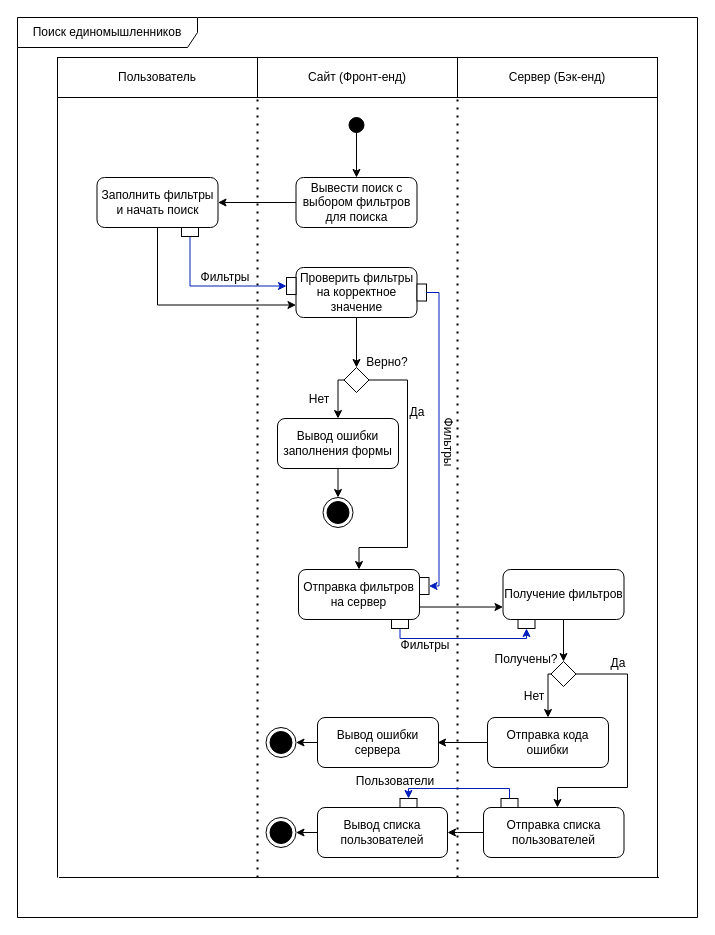
This is docs/raw_diagrams/поиск_единомышленников++.drawio from AS2/habrolink, a draw.io file, before an edit. Source tidied: cells renumbered, new cells numbered last; positions are measured from the earlier drawing's top-left corner, leaving out a move shared by most shapes. Both pictures are drawn from the tidied source at 100%, with x=0, y=0 at pixel (17, 17).
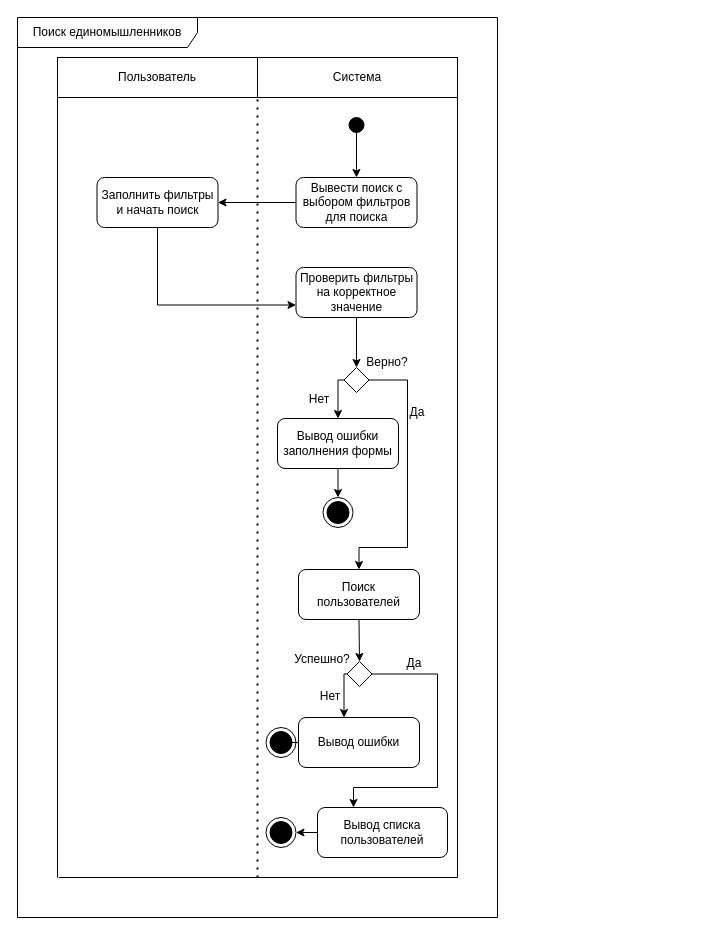
After the change.

Unchanged cells that the change refers to:
```xml
<mxCell id="15" style="rhombus;whiteSpace=wrap;html=1;" parent="1" vertex="1">
  <mxGeometry x="326.5" y="350" width="25" height="25" as="geometry" />
</mxCell>
<mxCell id="40" style="ellipse;html=1;shape=endState;fillColor=strokeColor;" parent="1" vertex="1">
  <mxGeometry x="248.5" y="710" width="30" height="30" as="geometry" />
</mxCell>
<mxCell id="43" value="Вывод списка пользователей" style="text;html=1;strokeColor=default;fillColor=none;align=center;verticalAlign=middle;whiteSpace=wrap;rounded=1;" parent="1" vertex="1">
  <mxGeometry x="300" y="790" width="130" height="50" as="geometry" />
</mxCell>
```

Diff of the diagram source:
```diff
@@
-    <mxCell id="4" value="Сайт (Фронт-енд)" style="text;html=1;strokeColor=default;fillColor=none;align=center;verticalAlign=middle;whiteSpace=wrap;rounded=0;" parent="1" vertex="1">
+    <mxCell id="4" value="Система" style="text;html=1;strokeColor=default;fillColor=none;align=center;verticalAlign=middle;whiteSpace=wrap;rounded=0;" parent="1" vertex="1">
       <mxGeometry x="240" y="40" width="200" height="40" as="geometry" />
     </mxCell>
-    <mxCell id="5" value="Сервер (Бэк-енд)" style="text;html=1;strokeColor=default;fillColor=none;align=center;verticalAlign=middle;whiteSpace=wrap;rounded=0;" parent="1" vertex="1">
-      <mxGeometry x="440" y="40" width="200" height="40" as="geometry" />
-    </mxCell>
@@
-    <mxCell id="13" style="edgeStyle=orthogonalEdgeStyle;rounded=0;jettySize=auto;html=1;exitX=1;exitY=0.5;exitDx=0;exitDy=0;entryX=0.5;entryY=0;entryDx=0;entryDy=0;" parent="1" edge="1" source="15" target="23">
+    <mxCell id="13" style="edgeStyle=orthogonalEdgeStyle;rounded=0;jettySize=auto;html=1;exitX=1;exitY=0.5;exitDx=0;exitDy=0;entryX=0.5;entryY=0;entryDx=0;entryDy=0;" parent="1" edge="1" source="15">
       <mxGeometry relative="1" as="geometry">
+        <mxPoint x="341.5" y="552" as="targetPoint" />
         <Array as="points">
           <mxPoint x="390" y="363" />
           <mxPoint x="390" y="530" />
           <mxPoint x="342" y="530" />
         </Array>
       </mxGeometry>
     </mxCell>
@@
-    <mxCell id="21" style="endArrow=none;dashed=1;html=1;dashPattern=1 3;strokeWidth=2;rounded=0;entryX=0;entryY=1;entryDx=0;entryDy=0;" parent="1" edge="1">
-      <mxGeometry relative="1" as="geometry">
-        <mxPoint x="440" y="860" as="sourcePoint" />
-        <mxPoint x="440" y="80" as="targetPoint" />
-      </mxGeometry>
-    </mxCell>
@@
-    <mxCell id="23" value="Отправка фильтров на сервер" style="text;html=1;strokeColor=default;fillColor=none;align=center;verticalAlign=middle;whiteSpace=wrap;rounded=1;" parent="1" vertex="1">
-      <mxGeometry x="281" y="552" width="121" height="50" as="geometry" />
-    </mxCell>
-    <mxCell id="24" style="endArrow=classic;html=1;rounded=0;exitX=1;exitY=0.75;exitDx=0;exitDy=0;entryX=0;entryY=0.75;entryDx=0;entryDy=0;" parent="1" edge="1" source="23" target="25">
-      <mxGeometry relative="1" as="geometry" />
-    </mxCell>
-    <mxCell id="25" value="Получение фильтров" style="text;html=1;strokeColor=default;fillColor=none;align=center;verticalAlign=middle;whiteSpace=wrap;rounded=1;" parent="1" vertex="1">
-      <mxGeometry x="485.5" y="552" width="121" height="50" as="geometry" />
+    <mxCell id="25" value="Поиск пользователей" style="text;html=1;strokeColor=default;fillColor=none;align=center;verticalAlign=middle;whiteSpace=wrap;rounded=1;" parent="1" vertex="1">
+      <mxGeometry x="281" y="552" width="121" height="50" as="geometry" />
     </mxCell>
@@
     <mxCell id="27" style="edgeStyle=orthogonalEdgeStyle;rounded=0;jettySize=auto;html=1;exitX=1;exitY=0.5;exitDx=0;exitDy=0;entryX=0.5;entryY=0;entryDx=0;entryDy=0;" parent="1" edge="1" source="29">
       <mxGeometry relative="1" as="geometry">
-        <mxPoint x="540" y="790" as="targetPoint" />
+        <mxPoint x="336" y="790" as="targetPoint" />
         <Array as="points">
-          <mxPoint x="610" y="657" />
-          <mxPoint x="610" y="770" />
-          <mxPoint x="540" y="770" />
+          <mxPoint x="420" y="657" />
+          <mxPoint x="420" y="770" />
+          <mxPoint x="336" y="770" />
         </Array>
       </mxGeometry>
     </mxCell>
-    <mxCell id="28" style="edgeStyle=orthogonalEdgeStyle;rounded=0;jettySize=auto;html=1;exitX=0;exitY=0.5;exitDx=0;exitDy=0;entryX=0.5;entryY=0;entryDx=0;entryDy=0;" parent="1" edge="1" source="29" target="34">
+    <mxCell id="28" style="edgeStyle=orthogonalEdgeStyle;rounded=0;jettySize=auto;html=1;exitX=0;exitY=0.5;exitDx=0;exitDy=0;entryX=0.5;entryY=0;entryDx=0;entryDy=0;" parent="1" edge="1" source="29">
       <mxGeometry relative="1" as="geometry">
+        <mxPoint x="326.5" y="700" as="targetPoint" />
         <Array as="points">
-          <mxPoint x="530" y="657" />
+          <mxPoint x="326" y="657" />
         </Array>
       </mxGeometry>
     </mxCell>
     <mxCell id="29" style="rhombus;whiteSpace=wrap;html=1;" parent="1" vertex="1">
-      <mxGeometry x="533.5" y="644" width="25" height="25" as="geometry" />
+      <mxGeometry x="329.5" y="644" width="25" height="25" as="geometry" />
     </mxCell>
-    <mxCell id="30" value="Получены?" style="text;html=1;strokeColor=none;fillColor=none;align=center;verticalAlign=middle;whiteSpace=wrap;rounded=0;" parent="1" vertex="1">
-      <mxGeometry x="479" y="629" width="60" height="25" as="geometry" />
+    <mxCell id="30" value="Успешно?" style="text;html=1;strokeColor=none;fillColor=none;align=center;verticalAlign=middle;whiteSpace=wrap;rounded=0;" parent="1" vertex="1">
+      <mxGeometry x="275" y="629" width="60" height="25" as="geometry" />
     </mxCell>
@@
     <mxCell id="33" value="Нет" style="text;html=1;strokeColor=none;fillColor=none;align=center;verticalAlign=middle;whiteSpace=wrap;rounded=0;" parent="1" vertex="1">
-      <mxGeometry x="487" y="664" width="60" height="30" as="geometry" />
+      <mxGeometry x="283" y="664" width="60" height="30" as="geometry" />
     </mxCell>
-    <mxCell id="34" value="Отправка кода ошибки" style="text;html=1;strokeColor=default;fillColor=none;align=center;verticalAlign=middle;whiteSpace=wrap;rounded=1;" parent="1" vertex="1">
-      <mxGeometry x="470" y="700" width="121" height="50" as="geometry" />
-    </mxCell>
     <mxCell id="35" style="endArrow=none;html=1;rounded=0;entryX=0;entryY=1;entryDx=0;entryDy=0;" parent="1" edge="1">
       <mxGeometry relative="1" as="geometry">
-        <mxPoint x="640" y="860" as="sourcePoint" />
-        <mxPoint x="640" y="80" as="targetPoint" />
+        <mxPoint x="440" y="860" as="sourcePoint" />
+        <mxPoint x="440" y="80" as="targetPoint" />
       </mxGeometry>
     </mxCell>
     <mxCell id="36" value="Да" style="text;html=1;strokeColor=none;fillColor=none;align=center;verticalAlign=middle;whiteSpace=wrap;rounded=0;" parent="1" vertex="1">
-      <mxGeometry x="571" y="631" width="60" height="30" as="geometry" />
+      <mxGeometry x="367" y="631" width="60" height="30" as="geometry" />
     </mxCell>
-    <mxCell id="37" style="endArrow=classic;html=1;rounded=0;exitX=0;exitY=0.5;exitDx=0;exitDy=0;" parent="1" edge="1" source="34">
-      <mxGeometry relative="1" as="geometry">
-        <mxPoint x="420" y="725" as="targetPoint" />
-      </mxGeometry>
-    </mxCell>
-    <mxCell id="38" style="edgeStyle=orthogonalEdgeStyle;rounded=0;jettySize=auto;html=1;exitX=0;exitY=0.5;exitDx=0;exitDy=0;entryX=1;entryY=0.5;entryDx=0;entryDy=0;" parent="1" edge="1" source="39" target="40">
-      <mxGeometry relative="1" as="geometry" />
+    <mxCell id="38" style="edgeStyle=orthogonalEdgeStyle;rounded=0;jettySize=auto;html=1;exitX=0;exitY=0.5;exitDx=0;exitDy=0;entryX=1;entryY=0.5;entryDx=0;entryDy=0;" parent="1" edge="1" source="39">
+      <mxGeometry relative="1" as="geometry">
+        <mxPoint x="259.5" y="725" as="targetPoint" />
+      </mxGeometry>
     </mxCell>
-    <mxCell id="39" value="Вывод ошибки сервера" style="text;html=1;strokeColor=default;fillColor=none;align=center;verticalAlign=middle;whiteSpace=wrap;rounded=1;" parent="1" vertex="1">
-      <mxGeometry x="300" y="700" width="121" height="50" as="geometry" />
+    <mxCell id="39" value="Вывод ошибки" style="text;html=1;strokeColor=default;fillColor=none;align=center;verticalAlign=middle;whiteSpace=wrap;rounded=1;" parent="1" vertex="1">
+      <mxGeometry x="281" y="700" width="121" height="50" as="geometry" />
     </mxCell>
@@
-    <mxCell id="41" style="edgeStyle=orthogonalEdgeStyle;rounded=0;jettySize=auto;html=1;exitX=0;exitY=0.5;exitDx=0;exitDy=0;entryX=1;entryY=0.5;entryDx=0;entryDy=0;" parent="1" edge="1" source="42" target="43">
-      <mxGeometry relative="1" as="geometry">
-        <Array as="points">
-          <mxPoint x="440" y="815" />
-          <mxPoint x="440" y="815" />
-        </Array>
-      </mxGeometry>
-    </mxCell>
-    <mxCell id="42" value="Отправка списка пользователей" style="text;html=1;strokeColor=default;fillColor=none;align=center;verticalAlign=middle;whiteSpace=wrap;rounded=1;" parent="1" vertex="1">
-      <mxGeometry x="466" y="790" width="140.5" height="50" as="geometry" />
-    </mxCell>
@@
     <mxCell id="44" style="endArrow=none;html=1;rounded=0;" parent="1" edge="1">
       <mxGeometry relative="1" as="geometry">
         <mxPoint x="41.5" y="860" as="sourcePoint" />
-        <mxPoint x="641.5" y="860" as="targetPoint" />
+        <mxPoint x="440" y="860" as="targetPoint" />
       </mxGeometry>
     </mxCell>
@@
     <mxCell id="47" value="Поиск единомышленников" style="shape=umlFrame;whiteSpace=wrap;html=1;width=180;height=30;" parent="1" vertex="1">
-      <mxGeometry width="680" height="900" as="geometry" />
+      <mxGeometry width="480" height="900" as="geometry" />
     </mxCell>
-    <mxCell id="48" style="endArrow=classic;html=1;rounded=0;exitX=0.5;exitY=1;exitDx=0;exitDy=0;entryX=0;entryY=0.5;entryDx=0;entryDy=0;fillColor=#0050ef;strokeColor=#001DBC;edgeStyle=orthogonalEdgeStyle;" parent="1" edge="1" source="56" target="49">
-      <mxGeometry relative="1" as="geometry" />
-    </mxCell>
-    <mxCell id="49" style="rounded=0;whiteSpace=wrap;html=1;rotation=0;" parent="1" vertex="1">
-      <mxGeometry x="269" y="260" width="9.5" height="17" as="geometry" />
-    </mxCell>
-    <mxCell id="50" value="Фильтры" style="text;html=1;strokeColor=none;fillColor=none;align=center;verticalAlign=middle;whiteSpace=wrap;rounded=0;" parent="1" vertex="1">
-      <mxGeometry x="178" y="245" width="60" height="30" as="geometry" />
-    </mxCell>
-    <mxCell id="51" style="rounded=0;whiteSpace=wrap;html=1;rotation=0;" parent="1" vertex="1">
-      <mxGeometry x="399.5" y="266.5" width="9.5" height="17" as="geometry" />
-    </mxCell>
-    <mxCell id="52" style="rounded=0;whiteSpace=wrap;html=1;rotation=0;" parent="1" vertex="1">
-      <mxGeometry x="402" y="560" width="9.5" height="17" as="geometry" />
-    </mxCell>
-    <mxCell id="53" style="endArrow=classic;html=1;rounded=0;exitX=1;exitY=0.5;exitDx=0;exitDy=0;entryX=1;entryY=0.5;entryDx=0;entryDy=0;fillColor=#0050ef;strokeColor=#001DBC;edgeStyle=orthogonalEdgeStyle;" parent="1" edge="1" source="51" target="52">
-      <mxGeometry relative="1" as="geometry" />
-    </mxCell>
-    <mxCell id="54" value="Фильтры" style="text;html=1;strokeColor=none;fillColor=none;align=center;verticalAlign=middle;whiteSpace=wrap;rounded=0;rotation=90;" parent="1" vertex="1">
-      <mxGeometry x="407" y="412" width="47" height="26" as="geometry" />
-    </mxCell>
-    <mxCell id="55" style="rounded=0;whiteSpace=wrap;html=1;rotation=0;" parent="1" vertex="1">
-      <mxGeometry x="374" y="602" width="17" height="9" as="geometry" />
-    </mxCell>
-    <mxCell id="56" style="rounded=0;whiteSpace=wrap;html=1;rotation=0;" parent="1" vertex="1">
-      <mxGeometry x="164" y="210" width="17" height="9" as="geometry" />
-    </mxCell>
-    <mxCell id="57" style="rounded=0;whiteSpace=wrap;html=1;rotation=0;" parent="1" vertex="1">
-      <mxGeometry x="500.5" y="602" width="17" height="9" as="geometry" />
-    </mxCell>
-    <mxCell id="58" style="endArrow=classic;html=1;rounded=0;exitX=0.5;exitY=1;exitDx=0;exitDy=0;entryX=0.5;entryY=1;entryDx=0;entryDy=0;fillColor=#0050ef;strokeColor=#001DBC;edgeStyle=orthogonalEdgeStyle;" parent="1" edge="1" source="55" target="57">
-      <mxGeometry relative="1" as="geometry" />
-    </mxCell>
-    <mxCell id="59" value="Фильтры" style="text;html=1;strokeColor=none;fillColor=none;align=center;verticalAlign=middle;whiteSpace=wrap;rounded=0;" parent="1" vertex="1">
-      <mxGeometry x="378" y="613" width="60" height="30" as="geometry" />
-    </mxCell>
-    <mxCell id="60" style="rounded=0;whiteSpace=wrap;html=1;rotation=0;" parent="1" vertex="1">
-      <mxGeometry x="483.5" y="781" width="17" height="9" as="geometry" />
-    </mxCell>
-    <mxCell id="61" style="rounded=0;whiteSpace=wrap;html=1;rotation=0;" parent="1" vertex="1">
-      <mxGeometry x="382.5" y="781" width="17" height="9" as="geometry" />
-    </mxCell>
-    <mxCell id="62" style="endArrow=classic;html=1;rounded=0;exitX=0.5;exitY=0;exitDx=0;exitDy=0;entryX=0.5;entryY=0;entryDx=0;entryDy=0;fillColor=#0050ef;strokeColor=#001DBC;edgeStyle=orthogonalEdgeStyle;" parent="1" edge="1" source="60" target="61">
-      <mxGeometry relative="1" as="geometry" />
-    </mxCell>
-    <mxCell id="63" value="Пользователи" style="text;html=1;strokeColor=none;fillColor=none;align=center;verticalAlign=middle;whiteSpace=wrap;rounded=0;" parent="1" vertex="1">
-      <mxGeometry x="348" y="749" width="60" height="30" as="geometry" />
-    </mxCell>
```
